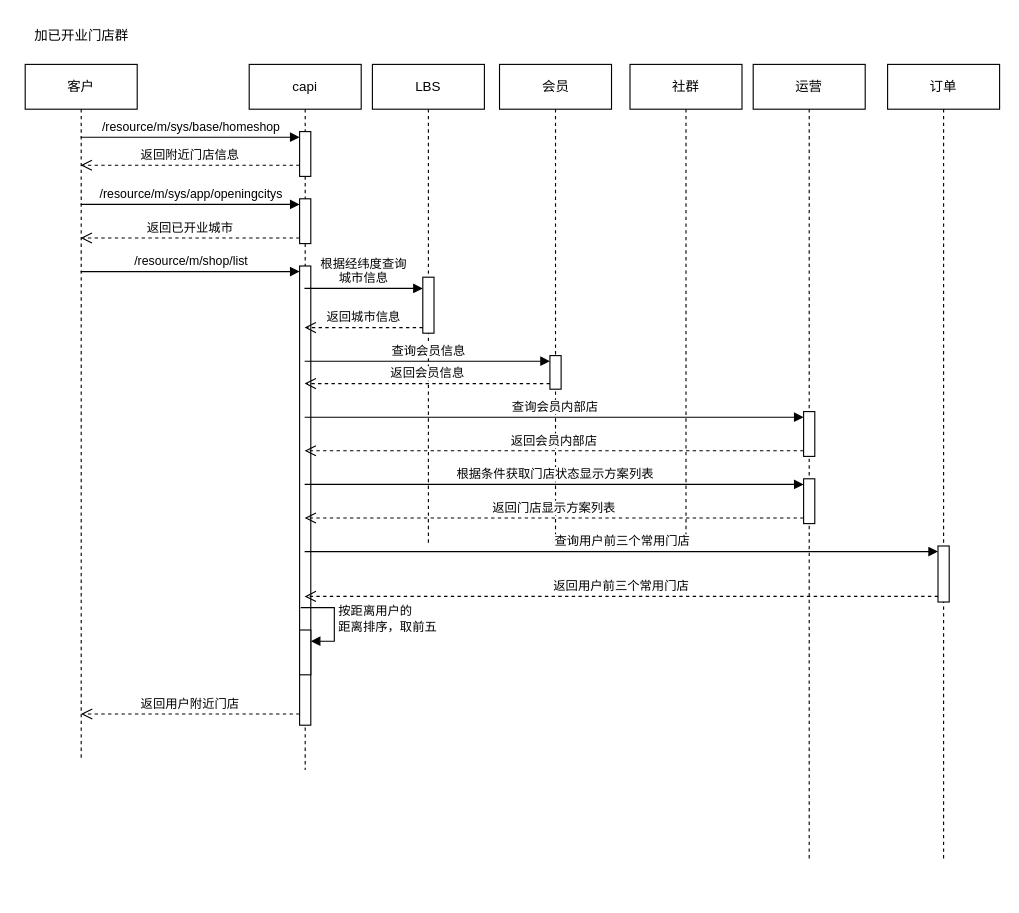
The draw.io diagram src/draw/社群.drawio in y13513867074/draw, before the edit. Source tidied: cells renumbered, new cells numbered last; positions are measured from the earlier drawing's top-left corner, leaving out a move shared by most shapes. Both pictures are drawn from the tidied source at 112%, with x=0, y=0 at pixel (19, 19).
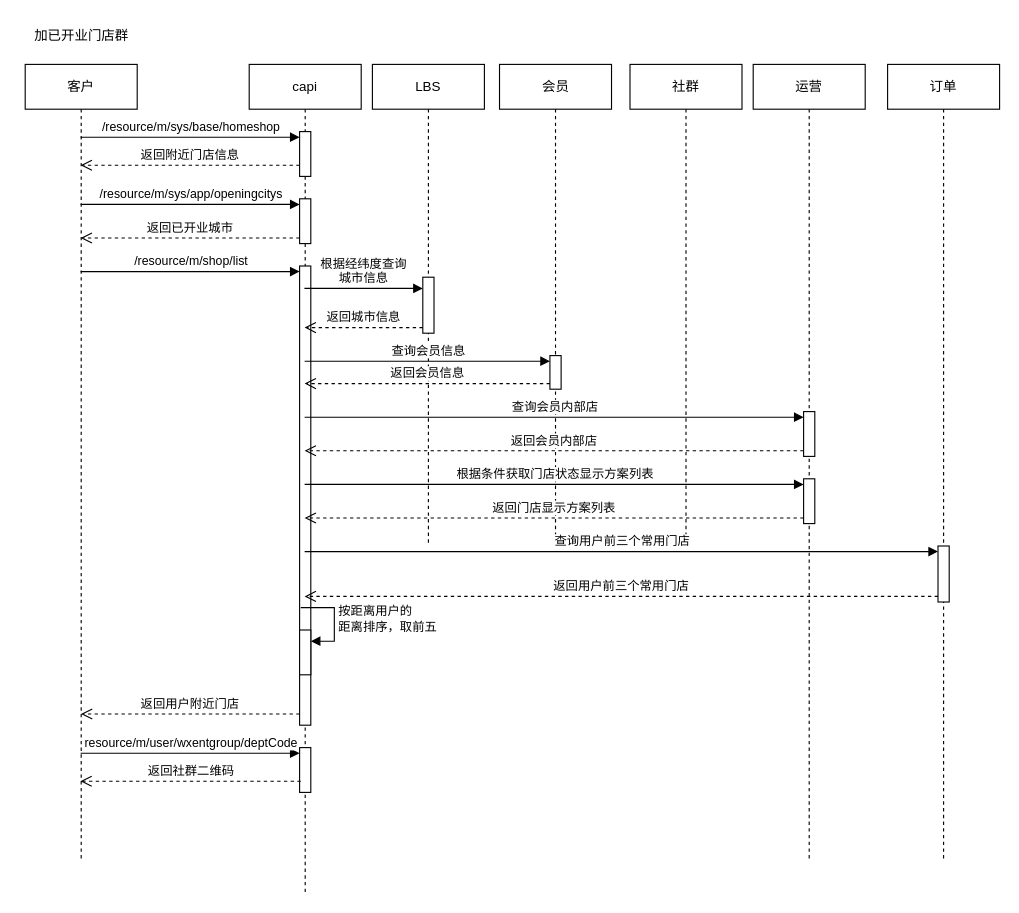
The same diagram, later.

Change to the diagram source:
```diff
@@
     <mxCell id="2" value="客户" style="shape=umlLifeline;perimeter=lifelinePerimeter;whiteSpace=wrap;html=1;outlineConnect=0;portConstraint=eastwest;newEdgeStyle={&quot;curved&quot;:0,&quot;rounded&quot;:0};" parent="1" vertex="1">
-      <mxGeometry x="5" y="40" width="100" height="620" as="geometry" />
+      <mxGeometry x="5" y="40" width="100" height="710" as="geometry" />
     </mxCell>
     <mxCell id="3" value="capi" style="shape=umlLifeline;perimeter=lifelinePerimeter;whiteSpace=wrap;html=1;outlineConnect=0;portConstraint=eastwest;newEdgeStyle={&quot;curved&quot;:0,&quot;rounded&quot;:0};" parent="1" vertex="1">
-      <mxGeometry x="205" y="40" width="100" height="630" as="geometry" />
+      <mxGeometry x="205" y="40" width="100" height="740" as="geometry" />
     </mxCell>
@@
+    <mxCell id="36" style="html=1;points=[[0,0,0,0,5],[0,1,0,0,-5],[1,0,0,0,5],[1,1,0,0,-5]];perimeter=orthogonalPerimeter;outlineConnect=0;targetShapes=umlLifeline;portConstraint=eastwest;newEdgeStyle={&quot;curved&quot;:0,&quot;rounded&quot;:0};" parent="3" vertex="1">
+      <mxGeometry x="45" y="610" width="10" height="40" as="geometry" />
+    </mxCell>
@@
+    <mxCell id="37" value="resource/m/user/wxentgroup/deptCode" style="html=1;verticalAlign=bottom;endArrow=block;curved=0;rounded=0;entryX=0;entryY=0;entryDx=0;entryDy=5;" parent="1" edge="1" source="2" target="36">
+      <mxGeometry relative="1" as="geometry" />
+    </mxCell>
+    <mxCell id="38" value="返回社群二维码" style="html=1;verticalAlign=bottom;endArrow=open;dashed=1;endSize=8;curved=0;rounded=0;" parent="1" edge="1">
+      <mxGeometry relative="1" as="geometry">
+        <mxPoint x="251" y="680" as="sourcePoint" />
+        <mxPoint x="54.3" y="680" as="targetPoint" />
+      </mxGeometry>
+    </mxCell>
```
